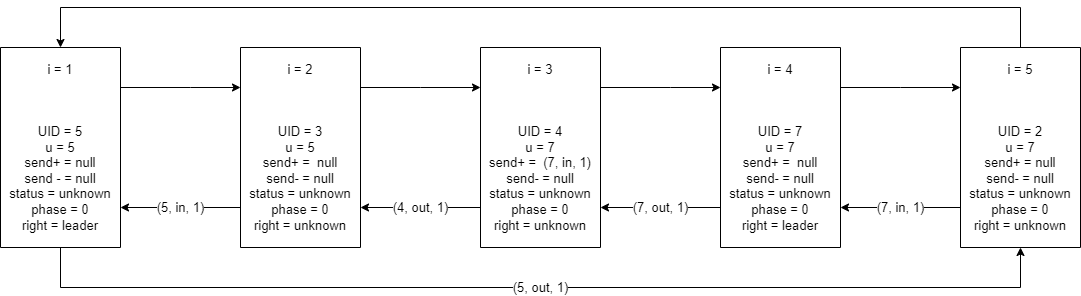
Before: tods/02-tods.drawio.png, a diagram exported from draw.io (h1tlan/tods_first_exercise). Source tidied: cells renumbered, new cells last; positions are measured from the earlier drawing's top-left corner, leaving out a move shared by most shapes.
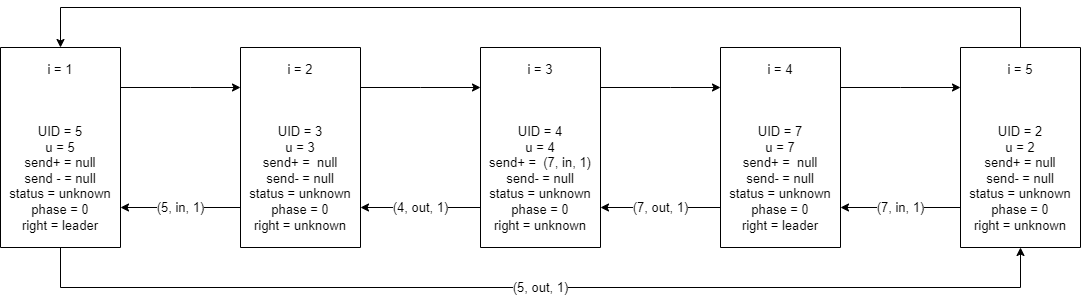
Later version of the same file.

The edit, as a diff of the source:
```diff
@@ -37,7 +37,7 @@
         </Array>
       </mxGeometry>
     </mxCell>
-    <mxCell id="7" value="i = 2&lt;br&gt;&lt;br&gt;&lt;br&gt;&lt;br&gt;UID = 3&lt;br&gt;u = 5&lt;br&gt;send+ =&amp;nbsp; null&lt;br&gt;send- = null&lt;br&gt;status = unknown&lt;br&gt;phase = 0&lt;br&gt;right = unknown" style="rounded=0;whiteSpace=wrap;html=1;fontSize=13;direction=south;" parent="1" vertex="1">
+    <mxCell id="7" value="i = 2&lt;br&gt;&lt;br&gt;&lt;br&gt;&lt;br&gt;UID = 3&lt;br&gt;u = 3&lt;br&gt;send+ =&amp;nbsp; null&lt;br&gt;send- = null&lt;br&gt;status = unknown&lt;br&gt;phase = 0&lt;br&gt;right = unknown" style="rounded=0;whiteSpace=wrap;html=1;fontSize=13;direction=south;" parent="1" vertex="1">
       <mxGeometry x="240" y="40" width="120" height="200" as="geometry" />
     </mxCell>
     <mxCell id="8" value="(4, out, 1)" style="edgeStyle=orthogonalEdgeStyle;rounded=0;jettySize=auto;html=1;labelBorderColor=none;fontSize=13;" parent="1" edge="1" source="10" target="7">
@@ -56,7 +56,7 @@
         </Array>
       </mxGeometry>
     </mxCell>
-    <mxCell id="10" value="i = 3&lt;br&gt;&lt;br&gt;&lt;br&gt;&lt;br&gt;UID = 4&lt;br&gt;u = 7&lt;br&gt;send+ =&amp;nbsp; (7, in, 1)&lt;br&gt;send- = null&lt;br&gt;status = unknown&lt;br&gt;phase = 0&lt;br&gt;right = unknown" style="rounded=0;whiteSpace=wrap;html=1;fontSize=13;direction=south;" parent="1" vertex="1">
+    <mxCell id="10" value="i = 3&lt;br&gt;&lt;br&gt;&lt;br&gt;&lt;br&gt;UID = 4&lt;br&gt;u = 4&lt;br&gt;send+ =&amp;nbsp; (7, in, 1)&lt;br&gt;send- = null&lt;br&gt;status = unknown&lt;br&gt;phase = 0&lt;br&gt;right = unknown" style="rounded=0;whiteSpace=wrap;html=1;fontSize=13;direction=south;" parent="1" vertex="1">
       <mxGeometry x="480" y="40" width="120" height="200" as="geometry" />
     </mxCell>
     <mxCell id="11" value="(7, out, 1)" style="edgeStyle=orthogonalEdgeStyle;rounded=0;jettySize=auto;html=1;labelBorderColor=none;fontSize=13;" parent="1" edge="1" source="13" target="10">
@@ -94,7 +94,7 @@
         </Array>
       </mxGeometry>
     </mxCell>
-    <mxCell id="16" value="i = 5&lt;br&gt;&lt;br&gt;&lt;br&gt;&lt;br&gt;UID = 2&lt;br&gt;u = 7&lt;br&gt;send+ = null&lt;br&gt;send- = null&lt;br&gt;status = unknown&lt;br&gt;phase = 0&lt;br&gt;right = unknown" style="rounded=0;whiteSpace=wrap;html=1;fontSize=13;direction=south;" parent="1" vertex="1">
+    <mxCell id="16" value="i = 5&lt;br&gt;&lt;br&gt;&lt;br&gt;&lt;br&gt;UID = 2&lt;br&gt;u = 2&lt;br&gt;send+ = null&lt;br&gt;send- = null&lt;br&gt;status = unknown&lt;br&gt;phase = 0&lt;br&gt;right = unknown" style="rounded=0;whiteSpace=wrap;html=1;fontSize=13;direction=south;" parent="1" vertex="1">
       <mxGeometry x="960" y="40" width="120" height="200" as="geometry" />
     </mxCell>
   </root>
```
